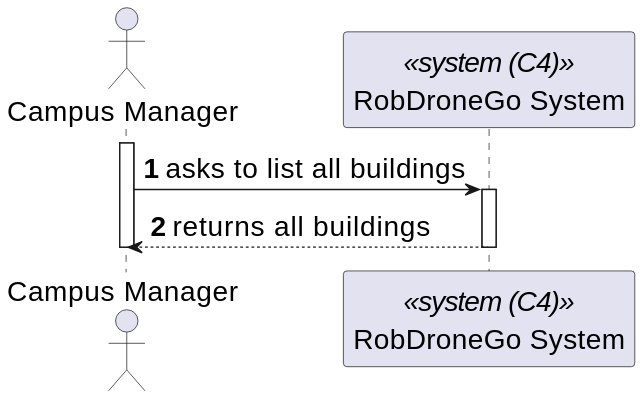
This is _wiki/sprint-b/us-1030/views/level-1/assets/process-view.svg from miseEnPlace-dev/lapr5, a PlantUML export, as it was before one commit. The source it was exported from:
```plantuml
@startuml
skinparamlocked defaultFontSize 20
autonumber

actor CM as "Campus Manager"
participant SYS as "RobDroneGo System" <<system (C4)>>

activate CM

CM -> SYS : asks to list all buildings
activate SYS

CM <-- SYS : returns all buildings
deactivate SYS


deactivate CM
@enduml
```
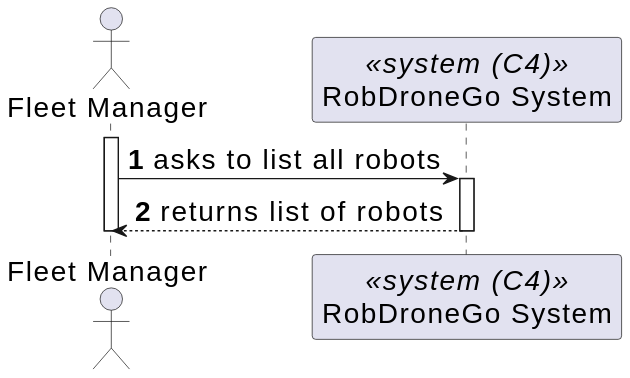
Above is the later version.

The edit, as a diff of the source:
```diff
@@ -2,17 +2,16 @@
 skinparamlocked defaultFontSize 20
 autonumber
 
-actor CM as "Campus Manager"
+actor FM as "Fleet Manager"
 participant SYS as "RobDroneGo System" <<system (C4)>>
 
-activate CM
+activate FM
 
-CM -> SYS : asks to list all buildings
+FM -> SYS : asks to list all robots
 activate SYS
 
-CM <-- SYS : returns all buildings
+FM <-- SYS : returns list of robots
 deactivate SYS
 
-
-deactivate CM
+deactivate FM
 @enduml
```
